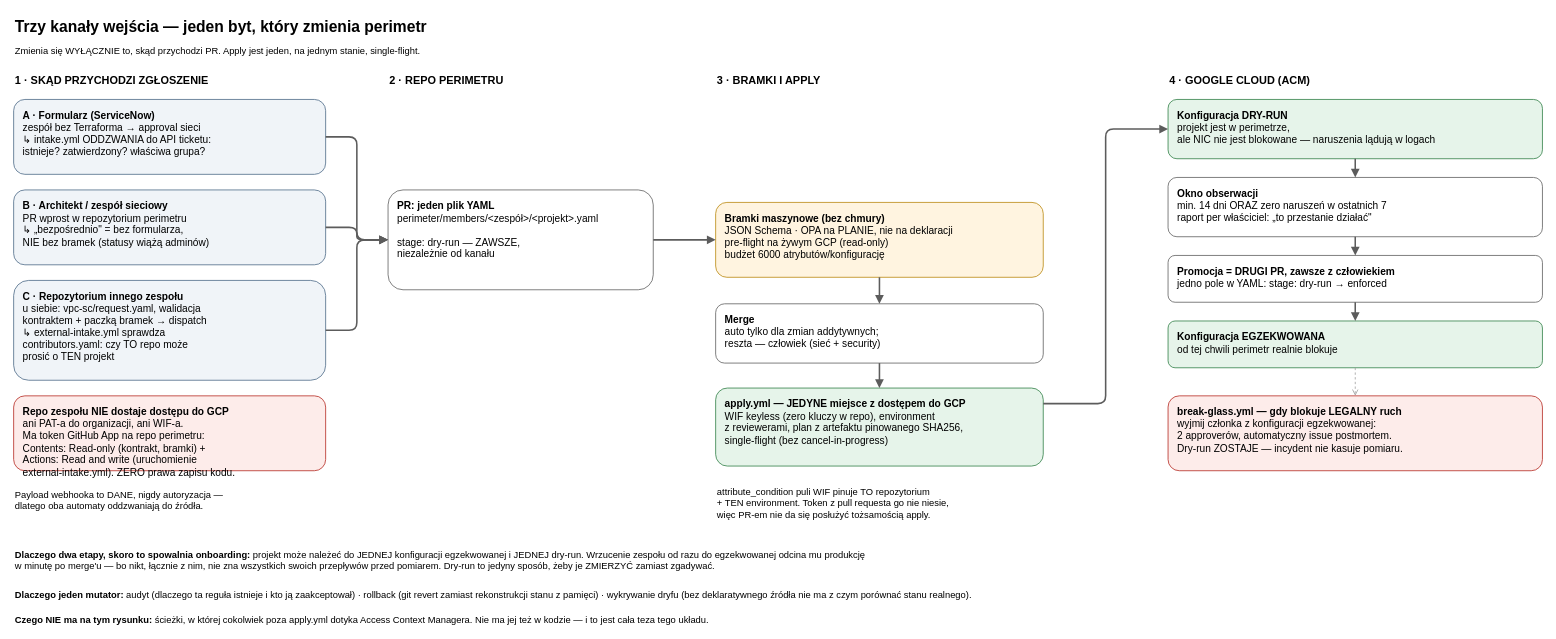
This is docs/diagrams/D6-trzy-kanaly.drawio from CptDolphin/gcp-vpc-sc, a draw.io file, before an edit. Source tidied: cells renumbered, new cells numbered last; positions are measured from the earlier drawing's top-left corner, leaving out a move shared by most shapes. Both pictures are drawn from the tidied source at 78%, with x=0, y=0 at pixel (13, 13).
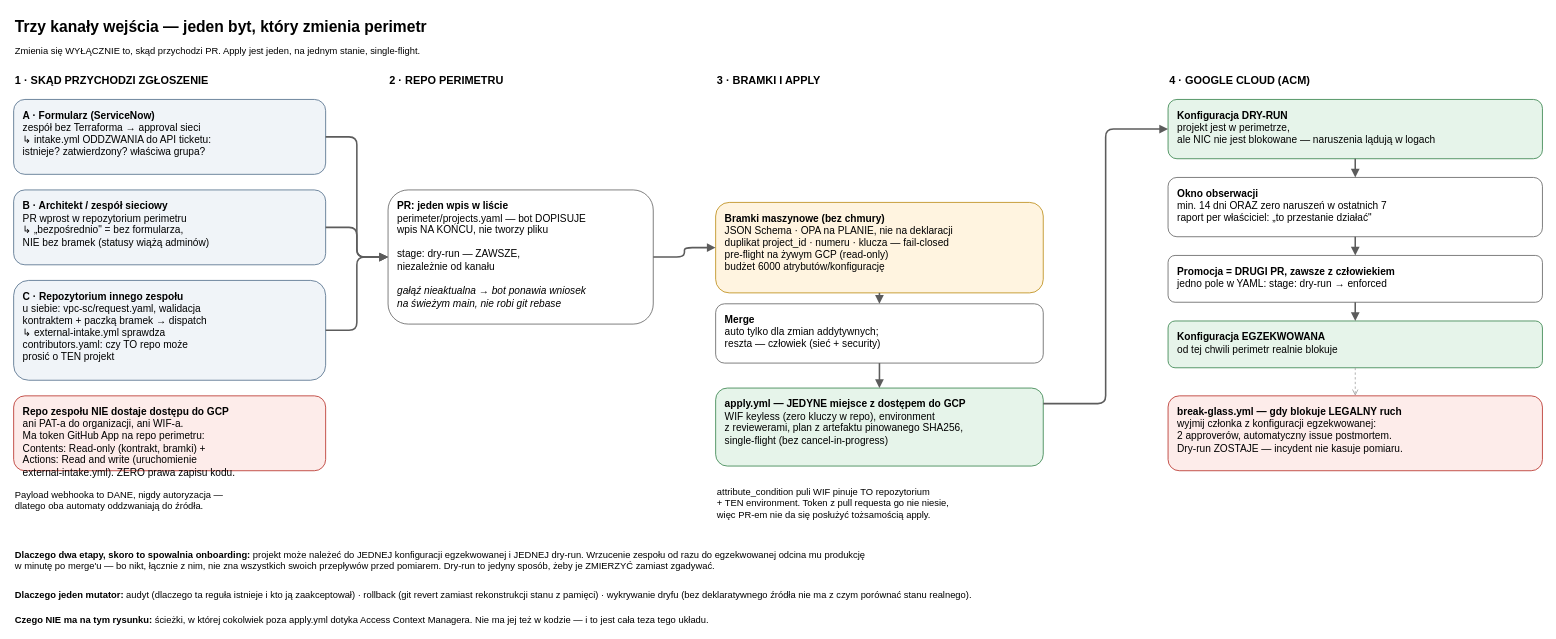
The same page after the edit.

Change to the diagram source:
```diff
@@
-    <mxCell id="13" value="&lt;b&gt;PR: jeden plik YAML&lt;/b&gt;&lt;br&gt;perimeter/members/&amp;lt;zespół&amp;gt;/&amp;lt;projekt&amp;gt;.yaml&lt;br&gt;&lt;br&gt;stage: dry-run — ZAWSZE,&lt;br&gt;niezależnie od kanału" style="rounded=1;whiteSpace=wrap;html=1;fillColor=#ffffff;strokeColor=#5c5c5c;align=left;verticalAlign=top;spacingLeft=10;spacingTop=6;fontSize=13;" parent="1" vertex="1">
-      <mxGeometry x="480" y="226" width="340" height="128" as="geometry" />
+    <mxCell id="13" value="&lt;b&gt;PR: jeden wpis w liście&lt;/b&gt;&lt;br&gt;perimeter/projects.yaml — bot DOPISUJE&lt;br&gt;wpis NA KOŃCU, nie tworzy pliku&lt;br&gt;&lt;br&gt;stage: dry-run — ZAWSZE,&lt;br&gt;niezależnie od kanału&lt;br&gt;&lt;br&gt;&lt;i&gt;gałąź nieaktualna → bot ponawia wniosek&lt;br&gt;na świeżym main, nie robi git rebase&lt;/i&gt;" style="rounded=1;whiteSpace=wrap;html=1;fillColor=#ffffff;strokeColor=#5c5c5c;align=left;verticalAlign=top;spacingLeft=10;spacingTop=6;fontSize=13;" parent="1" vertex="1">
+      <mxGeometry x="480" y="226" width="340" height="172" as="geometry" />
     </mxCell>
-    <mxCell id="14" value="&lt;b&gt;Bramki maszynowe (bez chmury)&lt;/b&gt;&lt;br&gt;JSON Schema · OPA na PLANIE, nie na deklaracji&lt;br&gt;pre-flight na żywym GCP (read-only)&lt;br&gt;budżet 6000 atrybutów/konfigurację" style="rounded=1;whiteSpace=wrap;html=1;fillColor=#fff4e0;strokeColor=#b8860b;align=left;verticalAlign=top;spacingLeft=10;spacingTop=6;fontSize=13;" parent="1" vertex="1">
-      <mxGeometry x="900" y="242" width="420" height="96" as="geometry" />
+    <mxCell id="14" value="&lt;b&gt;Bramki maszynowe (bez chmury)&lt;/b&gt;&lt;br&gt;JSON Schema · OPA na PLANIE, nie na deklaracji&lt;br&gt;duplikat project_id · numeru · klucza — fail-closed&lt;br&gt;pre-flight na żywym GCP (read-only)&lt;br&gt;budżet 6000 atrybutów/konfigurację" style="rounded=1;whiteSpace=wrap;html=1;fillColor=#fff4e0;strokeColor=#b8860b;align=left;verticalAlign=top;spacingLeft=10;spacingTop=6;fontSize=13;" parent="1" vertex="1">
+      <mxGeometry x="900" y="242" width="420" height="116" as="geometry" />
     </mxCell>
```
